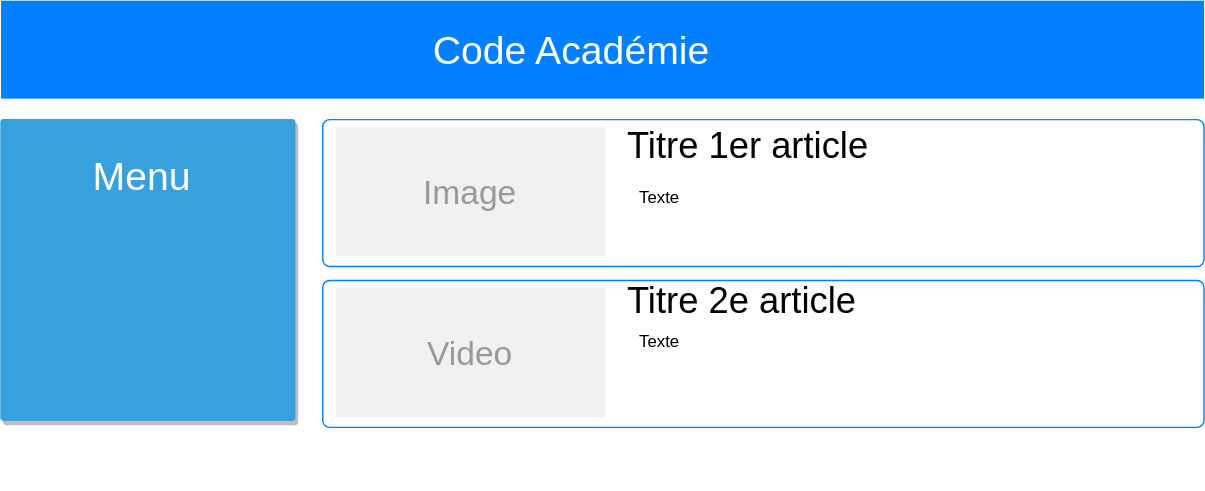
The draw.io diagram Exercice1.svg in code-academie/website, before a commit. Source tidied: cells renumbered, new cells last; positions are measured from the earlier drawing's top-left corner, leaving out a move shared by most shapes.
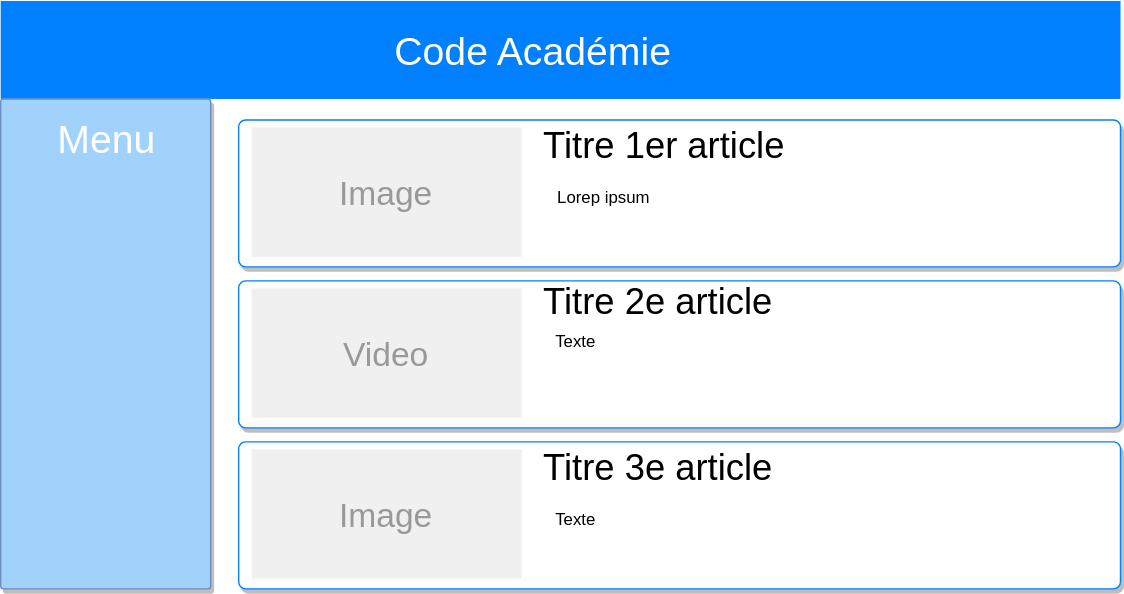
The same diagram one commit later.

Commit message:
Correction des marges

The edit, as a diff of the source:
```diff
@@ -3,15 +3,15 @@
     <mxCell id="0" style="html=1;" />
     <mxCell id="1" style="html=1;" parent="0" />
     <mxCell id="2" style="html=1;shadow=0;dashed=0;shape=mxgraph.bootstrap.rect;fillColor=#007FFF;strokeColor=none;whiteSpace=wrap;rounded=0;fontSize=12;fontColor=#000000;align=center;" parent="1" vertex="1">
-      <mxGeometry width="860" height="70" as="geometry" />
+      <mxGeometry x="60" width="800" height="70" as="geometry" />
     </mxCell>
     <mxCell id="3" value="Code Académie" style="html=1;shadow=0;dashed=0;fillColor=none;strokeColor=none;shape=mxgraph.bootstrap.rect;fontColor=#FFFFFF;whiteSpace=wrap;fontSize=28;" parent="2" vertex="1">
-      <mxGeometry x="269.8" width="275.9" height="70" as="geometry" />
+      <mxGeometry x="251" width="256.6" height="70" as="geometry" />
     </mxCell>
-    <mxCell id="4" style="html=1;shadow=0;dashed=0;shape=mxgraph.bootstrap.rrect;fontSize=19;rSize=2;strokeColor=#37A0DD;fillColor=#37A0DD;align=left;verticalAlign=top;spacing=10;shadow=1;whiteSpace=wrap;rounded=0;fontStyle=1;fontColor=#FFFFFF;" parent="1" vertex="1">
-      <mxGeometry y="85" width="210" height="215" as="geometry" />
+    <mxCell id="4" style="html=1;shadow=0;dashed=0;shape=mxgraph.bootstrap.rrect;fontSize=19;rSize=2;strokeColor=#6c8ebf;fillColor=#A1D2FC;align=left;verticalAlign=top;spacing=10;shadow=1;whiteSpace=wrap;rounded=0;fontStyle=1;fontColor=#FFFFFF;" parent="1" vertex="1">
+      <mxGeometry x="60" y="70" width="150" height="350" as="geometry" />
     </mxCell>
-    <mxCell id="5" style="html=1;shadow=0;dashed=0;shape=mxgraph.bootstrap.rrect;fillColor=#ffffff;rSize=5;strokeColor=#007FFF;rounded=0;fontSize=12;fontColor=#000000;align=center;" parent="1" vertex="1">
+    <mxCell id="5" style="html=1;shadow=1;dashed=0;shape=mxgraph.bootstrap.rrect;fillColor=#ffffff;rSize=5;strokeColor=#007FFF;rounded=0;fontSize=12;fontColor=#000000;align=center;" parent="1" vertex="1">
       <mxGeometry x="230" y="85" width="630" height="105" as="geometry" />
     </mxCell>
     <mxCell id="6" value="Image" style="shape=rect;fontSize=24;fillColor=#f0f0f0;strokeColor=none;fontColor=#999999;whiteSpace=wrap;" parent="5" vertex="1">
@@ -20,10 +20,10 @@
     <mxCell id="7" value="Titre 1er article" style="html=1;shadow=0;dashed=0;shape=mxgraph.bootstrap.anchor;fontSize=26;align=left;whiteSpace=wrap;" parent="5" vertex="1">
       <mxGeometry x="214.7" y="12.8" width="357.8" height="10.6" as="geometry" />
     </mxCell>
-    <mxCell id="8" value="&lt;font color=&quot;#000000&quot;&gt;Texte&lt;/font&gt;" style="text;html=1;strokeColor=none;fillColor=none;align=center;verticalAlign=middle;whiteSpace=wrap;labelBackgroundColor=#FFFFFF;fontSize=12;fontColor=#FFFFFF;" parent="5" vertex="1">
-      <mxGeometry x="220" y="45" width="40" height="20" as="geometry" />
+    <mxCell id="8" value="&lt;font color=&quot;#000000&quot;&gt;Lorep ipsum&lt;/font&gt;" style="text;html=1;strokeColor=none;fillColor=none;align=center;verticalAlign=middle;whiteSpace=wrap;labelBackgroundColor=#FFFFFF;fontSize=12;fontColor=#FFFFFF;" parent="5" vertex="1">
+      <mxGeometry x="220" y="45" width="80" height="20" as="geometry" />
     </mxCell>
-    <mxCell id="9" style="html=1;shadow=0;dashed=0;shape=mxgraph.bootstrap.rrect;fillColor=#ffffff;rSize=5;strokeColor=#007FFF;rounded=0;fontSize=12;fontColor=#000000;align=center;" parent="1" vertex="1">
+    <mxCell id="9" style="html=1;shadow=1;dashed=0;shape=mxgraph.bootstrap.rrect;fillColor=#ffffff;rSize=5;strokeColor=#007FFF;rounded=0;fontSize=12;fontColor=#000000;align=center;" parent="1" vertex="1">
       <mxGeometry x="230" y="200" width="630" height="105" as="geometry" />
     </mxCell>
     <mxCell id="10" value="Video" style="shape=rect;fontSize=24;fillColor=#f0f0f0;strokeColor=none;fontColor=#999999;whiteSpace=wrap;" parent="9" vertex="1">
@@ -35,11 +35,20 @@
     <mxCell id="12" value="&lt;font color=&quot;#000000&quot;&gt;Texte&lt;/font&gt;" style="text;html=1;strokeColor=none;fillColor=none;align=center;verticalAlign=middle;whiteSpace=wrap;labelBackgroundColor=#FFFFFF;fontSize=12;fontColor=#FFFFFF;" parent="9" vertex="1">
       <mxGeometry x="220" y="33" width="40" height="20" as="geometry" />
     </mxCell>
-    <mxCell id="13" value="Text" style="text;html=1;strokeColor=none;fillColor=none;align=center;verticalAlign=middle;whiteSpace=wrap;labelBackgroundColor=#FFFFFF;fontSize=19;fontColor=#FFFFFF;" parent="1" vertex="1">
-      <mxGeometry y="330" width="40" height="20" as="geometry" />
-    </mxCell>
     <mxCell id="14" value="Menu" style="html=1;shadow=0;dashed=0;fillColor=none;strokeColor=none;shape=mxgraph.bootstrap.rect;fontColor=#FFFFFF;whiteSpace=wrap;fontSize=28;" parent="1" vertex="1">
-      <mxGeometry x="10" y="100" width="180" height="50" as="geometry" />
+      <mxGeometry x="70" y="73" width="130" height="50" as="geometry" />
     </mxCell>
+    <mxCell id="15" style="html=1;shadow=1;dashed=0;shape=mxgraph.bootstrap.rrect;fillColor=#ffffff;rSize=5;strokeColor=#007FFF;rounded=0;fontSize=12;fontColor=#000000;align=center;" parent="1" vertex="1">
+      <mxGeometry x="230" y="315" width="630" height="105" as="geometry" />
+    </mxCell>
+    <mxCell id="16" value="Image" style="shape=rect;fontSize=24;fillColor=#f0f0f0;strokeColor=none;fontColor=#999999;whiteSpace=wrap;" parent="15" vertex="1">
+      <mxGeometry x="9.3" y="5.4" width="192.9" height="92.4" as="geometry" />
+    </mxCell>
+    <mxCell id="17" value="Titre 3e article" style="html=1;shadow=0;dashed=0;shape=mxgraph.bootstrap.anchor;fontSize=26;align=left;whiteSpace=wrap;" parent="15" vertex="1">
+      <mxGeometry x="214.7" y="12.8" width="357.8" height="10.6" as="geometry" />
+    </mxCell>
+    <mxCell id="18" value="&lt;font color=&quot;#000000&quot;&gt;Texte&lt;/font&gt;" style="text;html=1;strokeColor=none;fillColor=none;align=center;verticalAlign=middle;whiteSpace=wrap;labelBackgroundColor=#FFFFFF;fontSize=12;fontColor=#FFFFFF;" parent="15" vertex="1">
+      <mxGeometry x="220" y="45" width="40" height="20" as="geometry" />
+    </mxCell>
   </root>
 </mxGraphModel>
```
